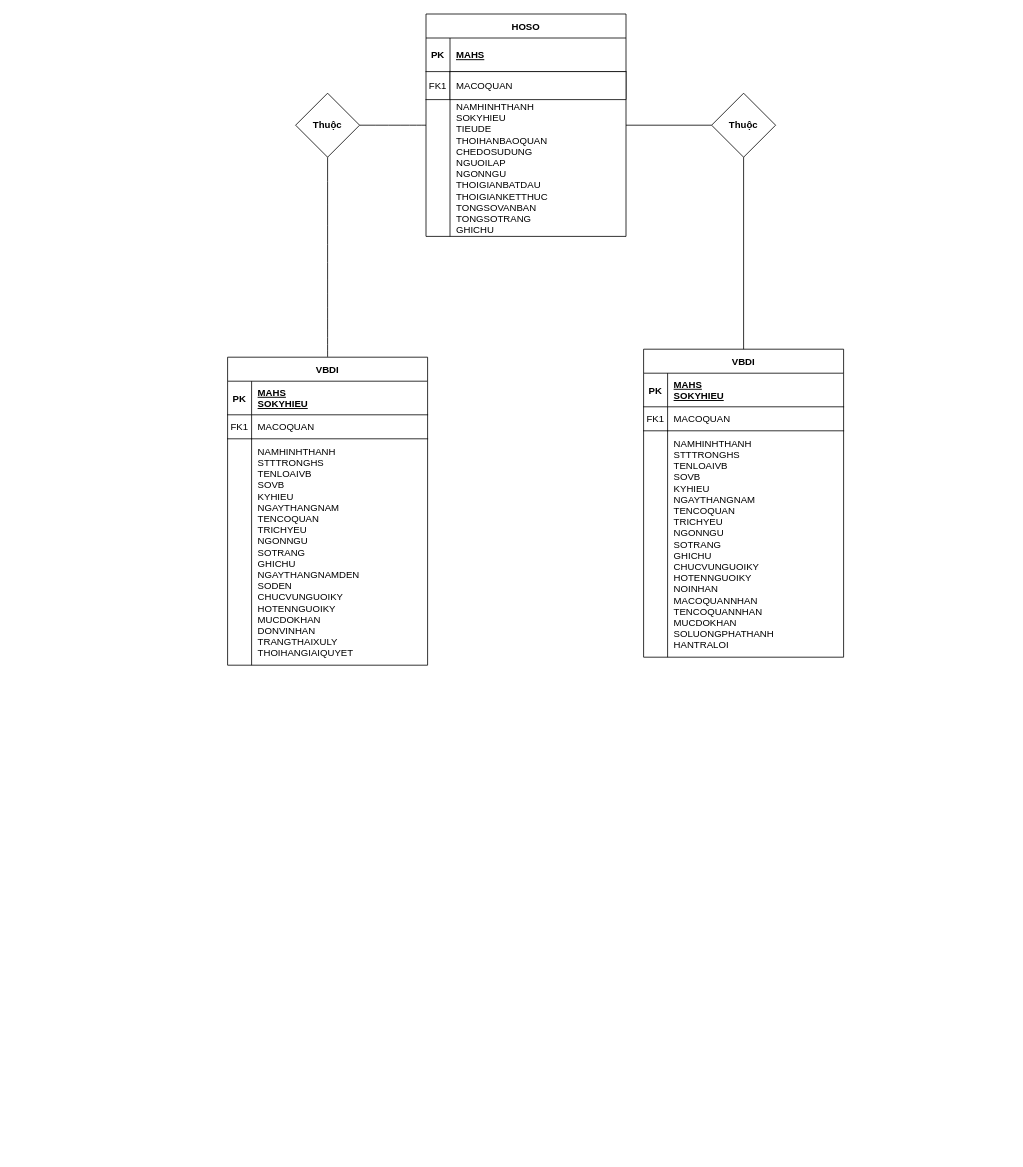
giangz0009/CSDL_Chapter-2-RBTV keeps this draw.io diagram as Biểu đồ không có tiêu đề.drawio. Above is the earlier version. Source tidied: cells renumbered, new cells numbered last; positions are measured from the earlier drawing's top-left corner, leaving out a move shared by most shapes. Both pictures are drawn from the tidied source at 80%, with x=0, y=0 at pixel (227, 14).
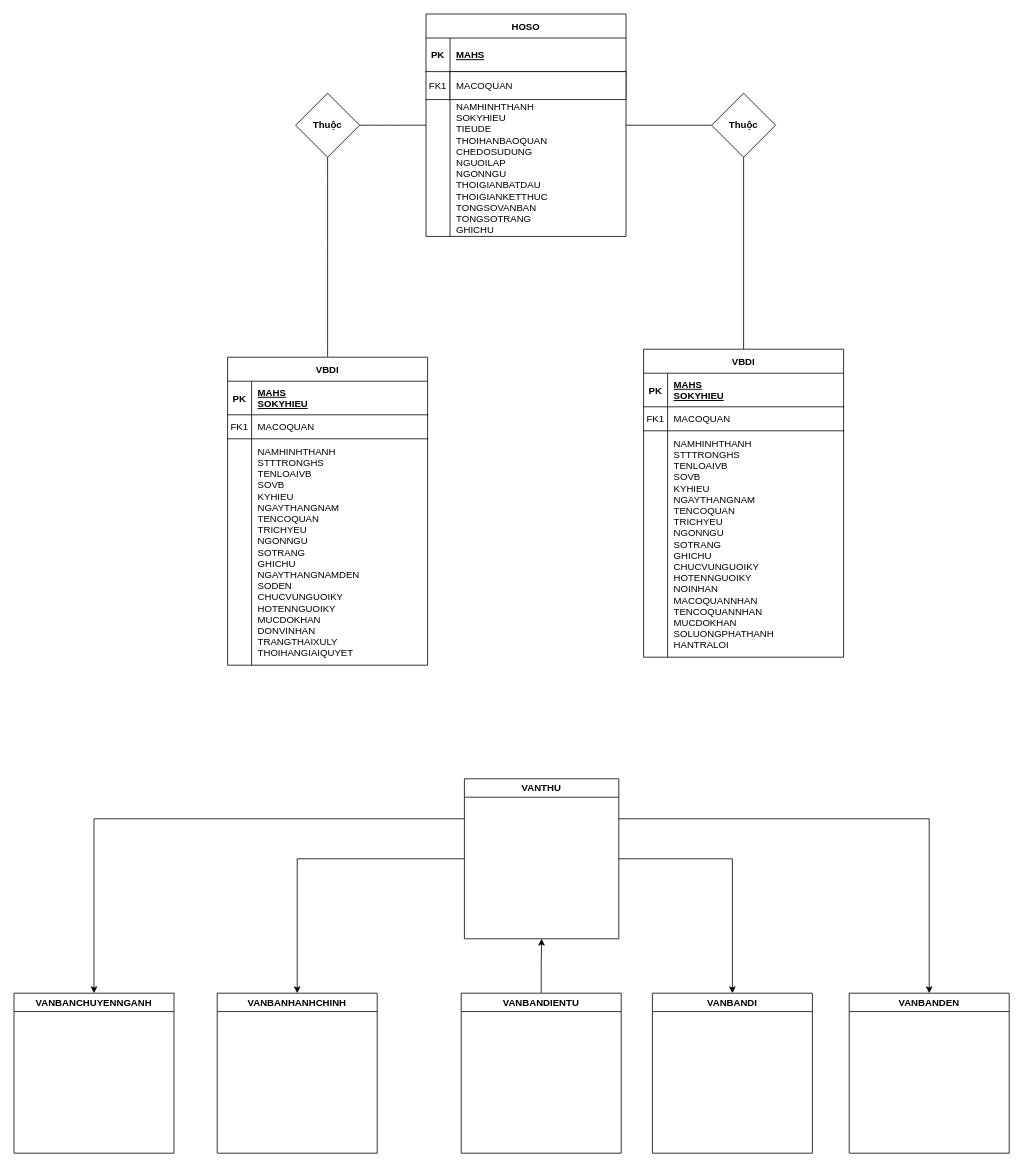
The same diagram, later.

Commit message:
Cập nhật Biểu đồ không có tiêu đề.drawio

What changed in the source:
```diff
@@
+    <mxCell id="38" style="edgeStyle=orthogonalEdgeStyle;rounded=0;jettySize=auto;html=1;exitX=0;exitY=0.25;exitDx=0;exitDy=0;" parent="1" edge="1" source="42" target="46">
+      <mxGeometry relative="1" as="geometry" />
+    </mxCell>
+    <mxCell id="39" style="edgeStyle=orthogonalEdgeStyle;rounded=0;jettySize=auto;html=1;" parent="1" edge="1" source="42" target="43">
+      <mxGeometry relative="1" as="geometry" />
+    </mxCell>
+    <mxCell id="40" style="edgeStyle=orthogonalEdgeStyle;rounded=0;jettySize=auto;html=1;exitX=1;exitY=0.25;exitDx=0;exitDy=0;" parent="1" edge="1" source="42" target="45">
+      <mxGeometry relative="1" as="geometry" />
+    </mxCell>
+    <mxCell id="41" style="edgeStyle=orthogonalEdgeStyle;rounded=0;jettySize=auto;html=1;" parent="1" edge="1" source="42" target="44">
+      <mxGeometry relative="1" as="geometry" />
+    </mxCell>
+    <mxCell id="42" value="VANTHU" style="swimlane;whiteSpace=wrap;html=1;" parent="1" vertex="1">
+      <mxGeometry x="296" y="956" width="193" height="200" as="geometry" />
+    </mxCell>
+    <mxCell id="43" value="VANBANHANHCHINH" style="swimlane;whiteSpace=wrap;html=1;" parent="1" vertex="1">
+      <mxGeometry x="-13" y="1224" width="200" height="200" as="geometry" />
+    </mxCell>
+    <mxCell id="44" value="VANBANDI" style="swimlane;whiteSpace=wrap;html=1;" parent="1" vertex="1">
+      <mxGeometry x="531" y="1224" width="200" height="200" as="geometry" />
+    </mxCell>
+    <mxCell id="45" value="VANBANDEN" style="swimlane;whiteSpace=wrap;html=1;startSize=23;" parent="1" vertex="1">
+      <mxGeometry x="777" y="1224" width="200" height="200" as="geometry" />
+    </mxCell>
+    <mxCell id="46" value="VANBANCHUYENNGANH" style="swimlane;whiteSpace=wrap;html=1;" parent="1" vertex="1">
+      <mxGeometry x="-267" y="1224" width="200" height="200" as="geometry" />
+    </mxCell>
+    <mxCell id="47" style="edgeStyle=orthogonalEdgeStyle;rounded=0;jettySize=auto;html=1;entryX=0.5;entryY=1;entryDx=0;entryDy=0;" parent="1" edge="1" source="48" target="42">
+      <mxGeometry relative="1" as="geometry" />
+    </mxCell>
+    <mxCell id="48" value="VANBANDIENTU" style="swimlane;whiteSpace=wrap;html=1;" parent="1" vertex="1">
+      <mxGeometry x="292" y="1224" width="200" height="200" as="geometry" />
+    </mxCell>
```
